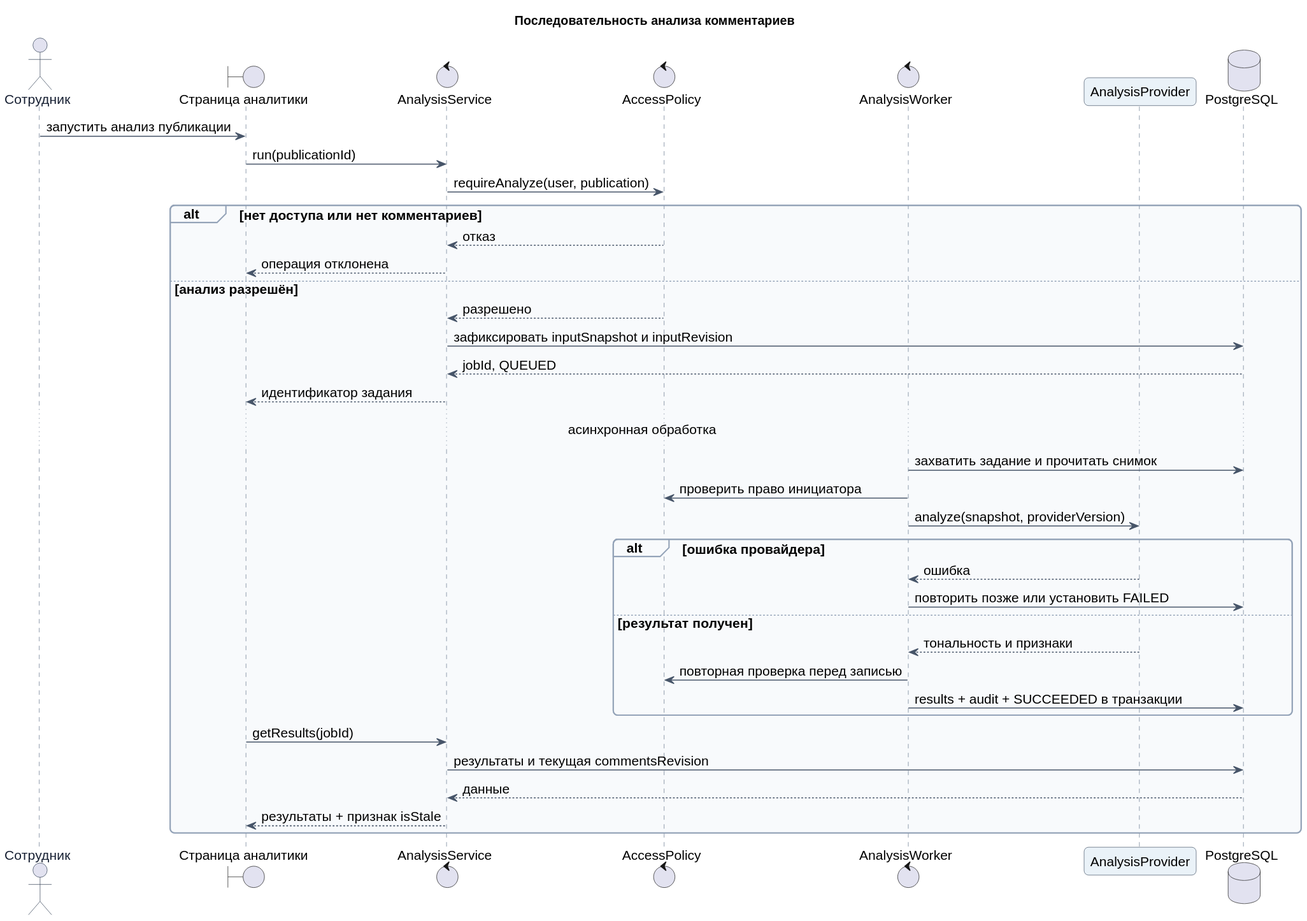
The PlantUML diagram reports/coursework_umls/Курсовая_SMM_Analyzer/03_Диаграммы/SEQ_02_Анализ.svg in whoisbubble/typest_report, before a commit.
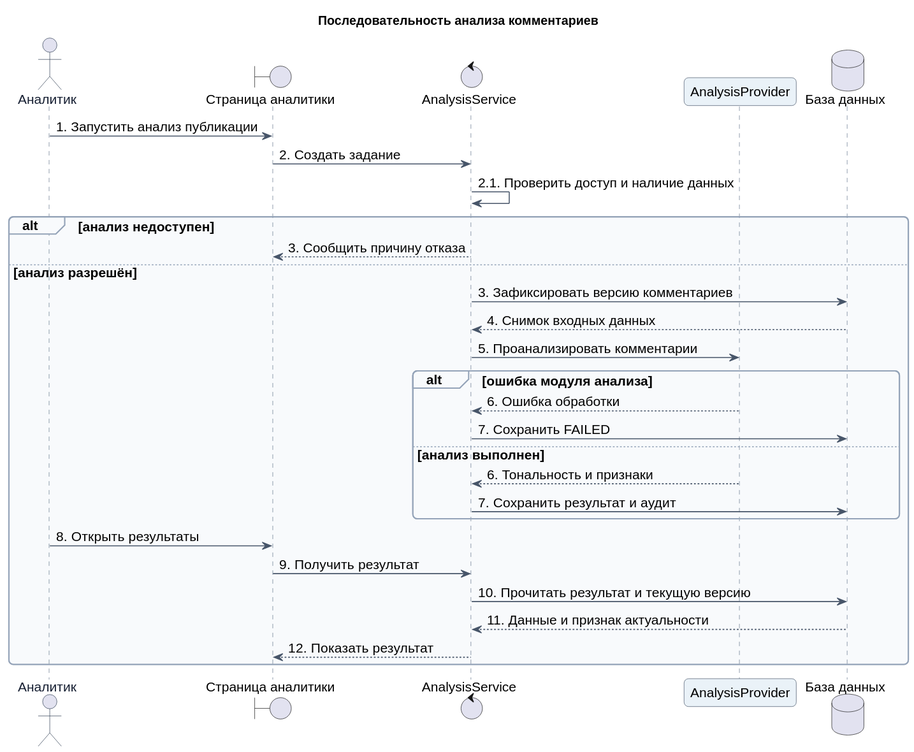
The same diagram one commit later.

Change to the diagram source:
```diff
@@ -2,43 +2,35 @@
 !include common.puml
 title Последовательность анализа комментариев
 
-actor "Сотрудник" as Employee
+actor "Аналитик" as Analyst
 boundary "Страница аналитики" as Page
 control "AnalysisService" as Service
-control "AccessPolicy" as Policy
-control "AnalysisWorker" as Worker
 participant "AnalysisProvider" as Provider
-database "PostgreSQL" as DB
+database "База данных" as DB
 
-Employee -> Page : запустить анализ публикации
-Page -> Service : run(publicationId)
-Service -> Policy : requireAnalyze(user, publication)
+Analyst -> Page : 1. Запустить анализ публикации
+Page -> Service : 2. Создать задание
+Service -> Service : 2.1. Проверить доступ и наличие данных
 
-alt нет доступа или нет комментариев
-  Policy --> Service : отказ
-  Service --> Page : операция отклонена
+alt анализ недоступен
+  Service --> Page : 3. Сообщить причину отказа
 else анализ разрешён
-  Policy --> Service : разрешено
-  Service -> DB : зафиксировать inputSnapshot и inputRevision
-  DB --> Service : jobId, QUEUED
-  Service --> Page : идентификатор задания
+  Service -> DB : 3. Зафиксировать версию комментариев
+  DB --> Service : 4. Снимок входных данных
+  Service -> Provider : 5. Проанализировать комментарии
 
-  ... асинхронная обработка ...
-  Worker -> DB : захватить задание и прочитать снимок
-  Worker -> Policy : проверить право инициатора
-  Worker -> Provider : analyze(snapshot, providerVersion)
-  alt ошибка провайдера
-    Provider --> Worker : ошибка
-    Worker -> DB : повторить позже или установить FAILED
-  else результат получен
-    Provider --> Worker : тональность и признаки
-    Worker -> Policy : повторная проверка перед записью
-    Worker -> DB : results + audit + SUCCEEDED в транзакции
+  alt ошибка модуля анализа
+    Provider --> Service : 6. Ошибка обработки
+    Service -> DB : 7. Сохранить FAILED
+  else анализ выполнен
+    Provider --> Service : 6. Тональность и признаки
+    Service -> DB : 7. Сохранить результат и аудит
   end
 
-  Page -> Service : getResults(jobId)
-  Service -> DB : результаты и текущая commentsRevision
-  DB --> Service : данные
-  Service --> Page : результаты + признак isStale
+  Analyst -> Page : 8. Открыть результаты
+  Page -> Service : 9. Получить результат
+  Service -> DB : 10. Прочитать результат и текущую версию
+  DB --> Service : 11. Данные и признак актуальности
+  Service --> Page : 12. Показать результат
 end
 @enduml
```
